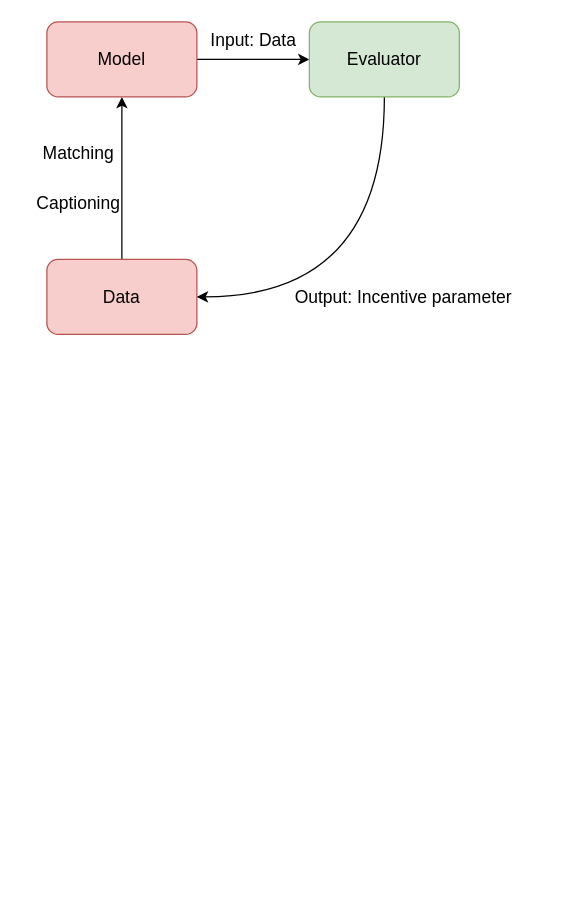
The draw.io diagram images/51合作.drawio in eveyuyi/pics_git, before the edit. Source tidied: cells renumbered, new cells numbered last; positions are measured from the earlier drawing's top-left corner, leaving out a move shared by most shapes. Both pictures are drawn from the tidied source at 125%, with x=0, y=0 at pixel (21, 21).
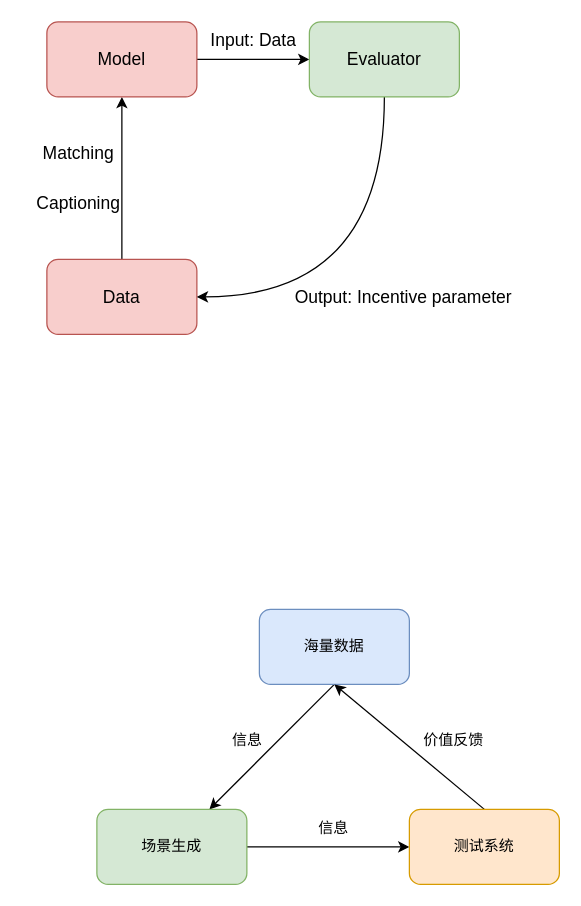
Above is the later version.

What changed in the source:
```diff
@@
+    <mxCell id="12" style="rounded=0;jettySize=auto;html=1;exitX=0.5;exitY=1;exitDx=0;exitDy=0;" parent="1" edge="1" source="13" target="15">
+      <mxGeometry relative="1" as="geometry" />
+    </mxCell>
+    <mxCell id="13" value="海量数据" style="rounded=1;whiteSpace=wrap;html=1;fillColor=#dae8fc;strokeColor=#6c8ebf;" parent="1" vertex="1">
+      <mxGeometry x="190" y="470" width="120" height="60" as="geometry" />
+    </mxCell>
+    <mxCell id="14" style="edgeStyle=orthogonalEdgeStyle;rounded=0;jettySize=auto;html=1;exitX=1;exitY=0.5;exitDx=0;exitDy=0;entryX=0;entryY=0.5;entryDx=0;entryDy=0;" parent="1" edge="1" source="15" target="17">
+      <mxGeometry relative="1" as="geometry" />
+    </mxCell>
+    <mxCell id="15" value="场景生成" style="rounded=1;whiteSpace=wrap;html=1;fillColor=#d5e8d4;strokeColor=#82b366;" parent="1" vertex="1">
+      <mxGeometry x="60" y="630" width="120" height="60" as="geometry" />
+    </mxCell>
+    <mxCell id="16" style="edgeStyle=none;rounded=0;jettySize=auto;html=1;exitX=0.5;exitY=0;exitDx=0;exitDy=0;entryX=0.5;entryY=1;entryDx=0;entryDy=0;" parent="1" edge="1" source="17" target="13">
+      <mxGeometry relative="1" as="geometry" />
+    </mxCell>
+    <mxCell id="17" value="测试系统" style="rounded=1;whiteSpace=wrap;html=1;fillColor=#ffe6cc;strokeColor=#d79b00;" parent="1" vertex="1">
+      <mxGeometry x="310" y="630" width="120" height="60" as="geometry" />
+    </mxCell>
+    <mxCell id="18" value="信息" style="text;html=1;align=center;verticalAlign=middle;strokeColor=none;fillColor=none;" parent="1" vertex="1">
+      <mxGeometry x="223.5" y="630" width="50" height="30" as="geometry" />
+    </mxCell>
+    <mxCell id="19" value="价值反馈" style="text;html=1;align=center;verticalAlign=middle;strokeColor=none;fillColor=none;" parent="1" vertex="1">
+      <mxGeometry x="310" y="560" width="70" height="30" as="geometry" />
+    </mxCell>
+    <mxCell id="20" value="信息" style="text;html=1;align=center;verticalAlign=middle;strokeColor=none;fillColor=none;" parent="1" vertex="1">
+      <mxGeometry x="155" y="560" width="50" height="30" as="geometry" />
+    </mxCell>
```
